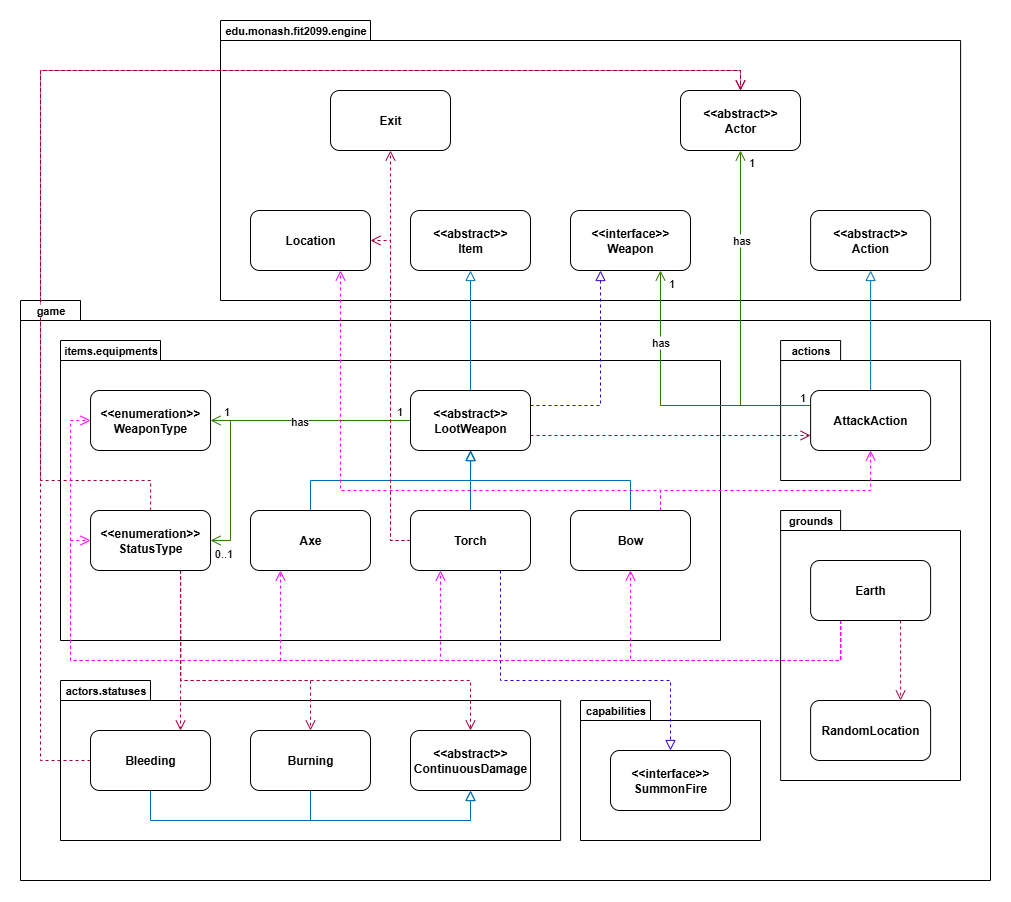
The draw.io diagram docs/UML/R3_UML.png in MinZY12138/finalA3, before a commit. Source tidied: cells renumbered, new cells last; positions are measured from the earlier drawing's top-left corner, leaving out a move shared by most shapes.
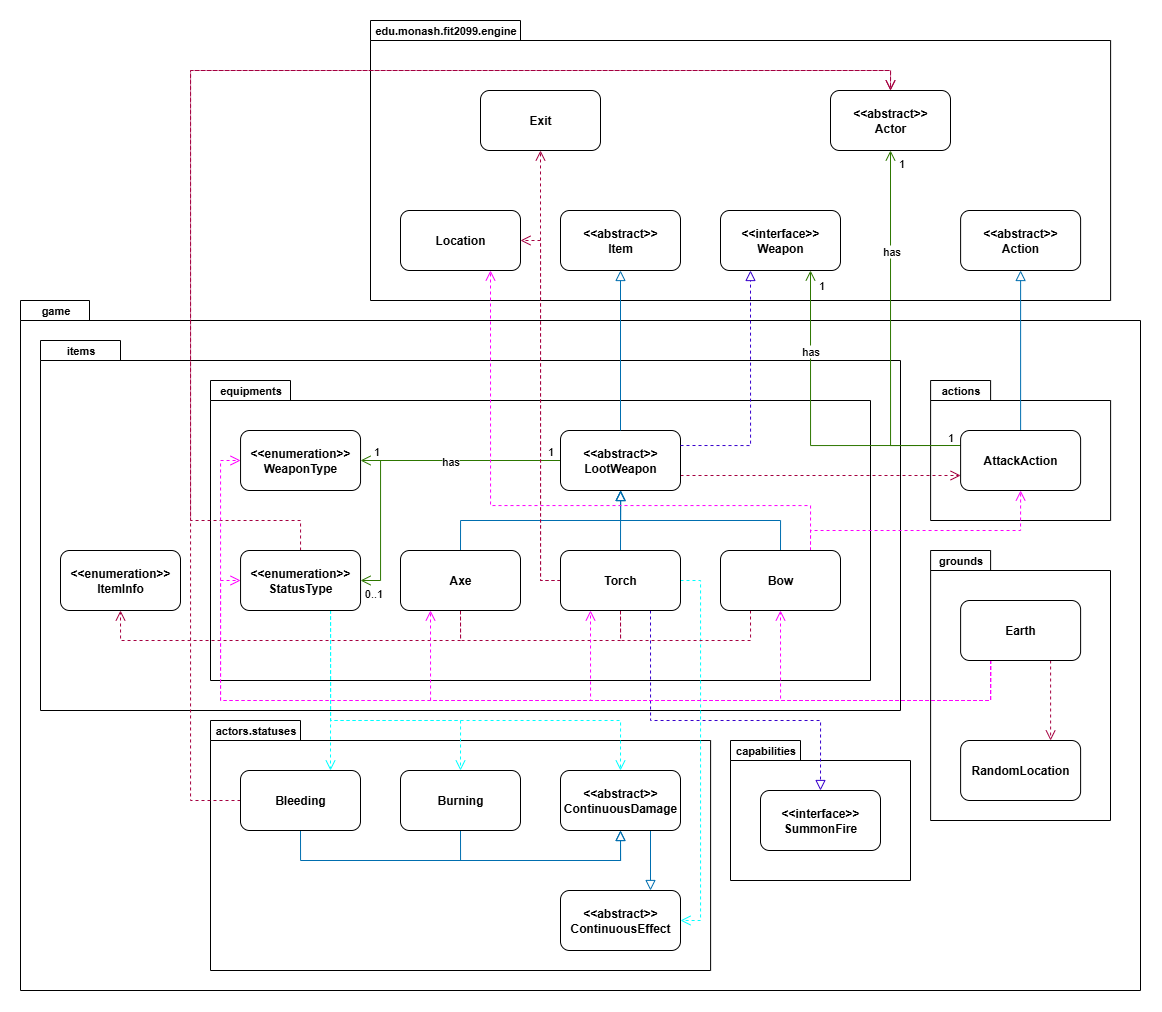
The same file after the commit.

Commit message:
Update the lastest UML diagram and design rationale - Re-update UML diagram and design rationale for requirement 3

What changed in the source:
```diff
@@ -3,8 +3,11 @@
     <mxCell id="0" />
     <mxCell id="1" parent="0" />
     <mxCell id="2" style="shape=folder;fontStyle=1;spacingTop=10;tabWidth=60;tabHeight=20;tabPosition=left;html=1;whiteSpace=wrap;fontFamily=Helvetica;fontSize=11;fontColor=default;labelBackgroundColor=default;" parent="1" vertex="1">
-      <mxGeometry y="280" width="970" height="580" as="geometry" />
+      <mxGeometry x="-150" y="240" width="1120" height="690" as="geometry" />
     </mxCell>
+    <mxCell id="73" style="shape=folder;fontStyle=1;spacingTop=10;tabWidth=80;tabHeight=20;tabPosition=left;html=1;whiteSpace=wrap;fontFamily=Helvetica;fontSize=11;fontColor=default;labelBackgroundColor=default;" parent="1" vertex="1">
+      <mxGeometry x="-130" y="280" width="860" height="370" as="geometry" />
+    </mxCell>
     <mxCell id="3" style="shape=folder;fontStyle=1;spacingTop=10;tabWidth=70;tabHeight=20;tabPosition=left;html=1;whiteSpace=wrap;fontFamily=Helvetica;fontSize=11;fontColor=default;labelBackgroundColor=default;" parent="1" vertex="1">
       <mxGeometry x="560" y="680" width="180" height="140" as="geometry" />
     </mxCell>
@@ -12,15 +15,15 @@
       <mxGeometry x="760.1" y="490" width="179.9" height="270" as="geometry" />
     </mxCell>
     <mxCell id="5" style="shape=folder;fontStyle=1;spacingTop=10;tabWidth=90;tabHeight=20;tabPosition=left;html=1;whiteSpace=wrap;fontFamily=Helvetica;fontSize=11;fontColor=default;labelBackgroundColor=default;" parent="1" vertex="1">
-      <mxGeometry x="40" y="660" width="500.1" height="160" as="geometry" />
+      <mxGeometry x="40" y="660" width="500.1" height="250" as="geometry" />
     </mxCell>
     <mxCell id="6" style="shape=folder;fontStyle=1;spacingTop=10;tabWidth=60;tabHeight=20;tabPosition=left;html=1;whiteSpace=wrap;fontFamily=Helvetica;fontSize=11;fontColor=default;labelBackgroundColor=default;" parent="1" vertex="1">
       <mxGeometry x="760.1" y="320" width="180" height="140" as="geometry" />
     </mxCell>
     <mxCell id="7" style="shape=folder;fontStyle=1;spacingTop=10;tabWidth=150;tabHeight=20;tabPosition=left;html=1;whiteSpace=wrap;fontFamily=Helvetica;fontSize=11;fontColor=default;labelBackgroundColor=default;" parent="1" vertex="1">
-      <mxGeometry x="200" width="740.1" height="280" as="geometry" />
+      <mxGeometry x="200" y="-40" width="740.1" height="280" as="geometry" />
     </mxCell>
-    <mxCell id="8" style="shape=folder;fontStyle=1;spacingTop=10;tabWidth=100;tabHeight=20;tabPosition=left;html=1;whiteSpace=wrap;fontFamily=Helvetica;fontSize=11;fontColor=default;labelBackgroundColor=default;" parent="1" vertex="1">
+    <mxCell id="8" style="shape=folder;fontStyle=1;spacingTop=10;tabWidth=80;tabHeight=20;tabPosition=left;html=1;whiteSpace=wrap;fontFamily=Helvetica;fontSize=11;fontColor=default;labelBackgroundColor=default;" parent="1" vertex="1">
       <mxGeometry x="40" y="320" width="660" height="300" as="geometry" />
     </mxCell>
     <mxCell id="9" style="edgeStyle=orthogonalEdgeStyle;shape=connector;rounded=0;jettySize=auto;html=1;exitX=1;exitY=0.75;exitDx=0;exitDy=0;entryX=0;entryY=0.75;entryDx=0;entryDy=0;dashed=1;strokeColor=#A50040;align=center;verticalAlign=middle;fontFamily=Helvetica;fontSize=11;fontColor=default;labelBackgroundColor=default;endArrow=open;endFill=0;endSize=8;fillColor=#d80073;" parent="1" edge="1" source="16" target="46">
@@ -66,6 +69,14 @@
     <mxCell id="17" style="edgeStyle=orthogonalEdgeStyle;rounded=0;jettySize=auto;html=1;exitX=0.5;exitY=0;exitDx=0;exitDy=0;entryX=0.5;entryY=1;entryDx=0;entryDy=0;fillColor=#1ba1e2;strokeColor=#006EAF;endArrow=block;endFill=0;endSize=8;" parent="1" edge="1" source="18" target="16">
       <mxGeometry relative="1" as="geometry" />
     </mxCell>
+    <mxCell id="74" style="edgeStyle=orthogonalEdgeStyle;shape=connector;rounded=0;jettySize=auto;html=1;exitX=0.5;exitY=1;exitDx=0;exitDy=0;entryX=0.5;entryY=1;entryDx=0;entryDy=0;dashed=1;strokeColor=#A50040;align=center;verticalAlign=middle;fontFamily=Helvetica;fontSize=11;fontColor=default;labelBackgroundColor=default;endArrow=open;endFill=0;endSize=8;fillColor=#d80073;" parent="1" edge="1" source="18" target="81">
+      <mxGeometry relative="1" as="geometry">
+        <Array as="points">
+          <mxPoint x="290" y="580" />
+          <mxPoint x="-50" y="580" />
+        </Array>
+      </mxGeometry>
+    </mxCell>
     <mxCell id="18" value="&lt;b&gt;Axe&lt;/b&gt;" style="rounded=1;whiteSpace=wrap;html=1;" parent="1" vertex="1">
       <mxGeometry x="230" y="490" width="120" height="60" as="geometry" />
     </mxCell>
@@ -88,6 +99,17 @@
         </Array>
       </mxGeometry>
     </mxCell>
+    <mxCell id="75" style="edgeStyle=orthogonalEdgeStyle;shape=connector;rounded=0;jettySize=auto;html=1;exitX=0.5;exitY=1;exitDx=0;exitDy=0;entryX=0.5;entryY=1;entryDx=0;entryDy=0;dashed=1;strokeColor=#A50040;align=center;verticalAlign=middle;fontFamily=Helvetica;fontSize=11;fontColor=default;labelBackgroundColor=default;endArrow=none;endFill=0;endSize=8;fillColor=#d80073;" parent="1" edge="1" source="23" target="18">
+      <mxGeometry relative="1" as="geometry">
+        <Array as="points">
+          <mxPoint x="450" y="580" />
+          <mxPoint x="290" y="580" />
+        </Array>
+      </mxGeometry>
+    </mxCell>
+    <mxCell id="76" style="edgeStyle=orthogonalEdgeStyle;shape=connector;rounded=0;jettySize=auto;html=1;exitX=1;exitY=0.5;exitDx=0;exitDy=0;entryX=1;entryY=0.5;entryDx=0;entryDy=0;dashed=1;strokeColor=#00FFFF;align=center;verticalAlign=middle;fontFamily=Helvetica;fontSize=11;fontColor=default;labelBackgroundColor=default;endArrow=open;endFill=0;endSize=8;fillColor=#d80073;" parent="1" edge="1" source="23" target="79">
+      <mxGeometry relative="1" as="geometry" />
+    </mxCell>
     <mxCell id="23" value="&lt;b&gt;Torch&lt;/b&gt;" style="rounded=1;whiteSpace=wrap;html=1;" parent="1" vertex="1">
       <mxGeometry x="390" y="490" width="120" height="60" as="geometry" />
     </mxCell>
@@ -105,37 +127,45 @@
     <mxCell id="26" style="edgeStyle=orthogonalEdgeStyle;shape=connector;rounded=0;jettySize=auto;html=1;exitX=0.75;exitY=0;exitDx=0;exitDy=0;entryX=0.75;entryY=1;entryDx=0;entryDy=0;dashed=1;strokeColor=#FF00FF;align=center;verticalAlign=middle;fontFamily=Helvetica;fontSize=11;fontColor=default;labelBackgroundColor=default;endArrow=open;endFill=0;endSize=8;fillColor=#d80073;" parent="1" edge="1" source="27" target="33">
       <mxGeometry relative="1" as="geometry">
         <Array as="points">
-          <mxPoint x="640" y="470" />
-          <mxPoint x="320" y="470" />
+          <mxPoint x="640" y="445" />
+          <mxPoint x="320" y="445" />
         </Array>
       </mxGeometry>
     </mxCell>
+    <mxCell id="77" style="edgeStyle=orthogonalEdgeStyle;shape=connector;rounded=0;jettySize=auto;html=1;exitX=0.25;exitY=1;exitDx=0;exitDy=0;entryX=0.5;entryY=1;entryDx=0;entryDy=0;dashed=1;strokeColor=#A50040;align=center;verticalAlign=middle;fontFamily=Helvetica;fontSize=11;fontColor=default;labelBackgroundColor=default;endArrow=none;endFill=0;endSize=8;fillColor=#d80073;" parent="1" edge="1" source="27" target="23">
+      <mxGeometry relative="1" as="geometry">
+        <Array as="points">
+          <mxPoint x="580" y="580" />
+          <mxPoint x="450" y="580" />
+        </Array>
+      </mxGeometry>
+    </mxCell>
     <mxCell id="27" value="&lt;b&gt;Bow&lt;/b&gt;" style="rounded=1;whiteSpace=wrap;html=1;" parent="1" vertex="1">
       <mxGeometry x="550" y="490" width="120" height="60" as="geometry" />
     </mxCell>
-    <mxCell id="28" value="items.equipments" style="text;align=center;fontStyle=1;verticalAlign=middle;spacingLeft=3;spacingRight=3;strokeColor=none;html=1;fontFamily=Helvetica;fontSize=11;fontColor=default;labelBackgroundColor=default;" parent="1" vertex="1">
-      <mxGeometry x="60" y="320" width="60.1" height="20" as="geometry" />
+    <mxCell id="28" value="equipments" style="text;align=center;fontStyle=1;verticalAlign=middle;spacingLeft=3;spacingRight=3;strokeColor=none;html=1;fontFamily=Helvetica;fontSize=11;fontColor=default;labelBackgroundColor=default;" parent="1" vertex="1">
+      <mxGeometry x="40" y="320" width="80.1" height="20" as="geometry" />
     </mxCell>
     <mxCell id="29" value="&lt;b&gt;&amp;lt;&amp;lt;abstract&amp;gt;&amp;gt;&lt;br&gt;Item&lt;/b&gt;" style="rounded=1;whiteSpace=wrap;html=1;" parent="1" vertex="1">
-      <mxGeometry x="390" y="190" width="120" height="60" as="geometry" />
+      <mxGeometry x="390" y="150" width="120" height="60" as="geometry" />
     </mxCell>
     <mxCell id="30" value="&lt;b&gt;&amp;lt;&amp;lt;interface&amp;gt;&amp;gt;&lt;br&gt;Weapon&lt;/b&gt;" style="rounded=1;whiteSpace=wrap;html=1;" parent="1" vertex="1">
-      <mxGeometry x="550" y="190" width="120" height="60" as="geometry" />
+      <mxGeometry x="550" y="150" width="120" height="60" as="geometry" />
     </mxCell>
     <mxCell id="31" value="&lt;b&gt;&amp;lt;&amp;lt;abstract&amp;gt;&amp;gt;&lt;br&gt;Action&lt;/b&gt;" style="rounded=1;whiteSpace=wrap;html=1;" parent="1" vertex="1">
-      <mxGeometry x="790.1" y="190" width="120" height="60" as="geometry" />
+      <mxGeometry x="790.1" y="150" width="120" height="60" as="geometry" />
     </mxCell>
     <mxCell id="32" value="&lt;b&gt;&amp;lt;&amp;lt;abstract&amp;gt;&amp;gt;&lt;br&gt;Actor&lt;/b&gt;" style="rounded=1;whiteSpace=wrap;html=1;" parent="1" vertex="1">
-      <mxGeometry x="660" y="70" width="120" height="60" as="geometry" />
+      <mxGeometry x="660" y="30" width="120" height="60" as="geometry" />
     </mxCell>
     <mxCell id="33" value="&lt;b&gt;Location&lt;/b&gt;" style="rounded=1;whiteSpace=wrap;html=1;" parent="1" vertex="1">
-      <mxGeometry x="230" y="190" width="120" height="60" as="geometry" />
+      <mxGeometry x="230" y="150" width="120" height="60" as="geometry" />
     </mxCell>
     <mxCell id="34" value="&lt;b&gt;Exit&lt;/b&gt;" style="rounded=1;whiteSpace=wrap;html=1;" parent="1" vertex="1">
-      <mxGeometry x="310" y="70" width="120" height="60" as="geometry" />
+      <mxGeometry x="310" y="30" width="120" height="60" as="geometry" />
     </mxCell>
     <mxCell id="35" value="edu.monash.fit2099.engine" style="text;align=center;fontStyle=1;verticalAlign=middle;spacingLeft=3;spacingRight=3;strokeColor=none;html=1;fontFamily=Helvetica;fontSize=11;fontColor=default;labelBackgroundColor=default;" parent="1" vertex="1">
-      <mxGeometry x="200" width="150" height="20" as="geometry" />
+      <mxGeometry x="200" y="-40" width="150" height="20" as="geometry" />
     </mxCell>
     <mxCell id="36" style="edgeStyle=orthogonalEdgeStyle;shape=connector;rounded=0;jettySize=auto;html=1;exitX=0.5;exitY=0;exitDx=0;exitDy=0;entryX=0.5;entryY=1;entryDx=0;entryDy=0;strokeColor=#006EAF;align=center;verticalAlign=middle;fontFamily=Helvetica;fontSize=11;fontColor=default;labelBackgroundColor=default;endArrow=block;endFill=0;endSize=8;fillColor=#1ba1e2;" parent="1" edge="1" source="16" target="29">
       <mxGeometry relative="1" as="geometry" />
@@ -179,6 +209,9 @@
     <mxCell id="47" value="actions" style="text;align=center;fontStyle=1;verticalAlign=middle;spacingLeft=3;spacingRight=3;strokeColor=none;html=1;fontFamily=Helvetica;fontSize=11;fontColor=default;labelBackgroundColor=default;" parent="1" vertex="1">
       <mxGeometry x="760.1" y="320" width="60.1" height="20" as="geometry" />
     </mxCell>
+    <mxCell id="78" style="edgeStyle=orthogonalEdgeStyle;shape=connector;rounded=0;jettySize=auto;html=1;exitX=0.75;exitY=1;exitDx=0;exitDy=0;entryX=0.75;entryY=0;entryDx=0;entryDy=0;strokeColor=#006EAF;align=center;verticalAlign=middle;fontFamily=Helvetica;fontSize=11;fontColor=default;labelBackgroundColor=default;endArrow=block;endFill=0;endSize=8;fillColor=#1ba1e2;" parent="1" edge="1" source="48" target="79">
+      <mxGeometry relative="1" as="geometry" />
+    </mxCell>
     <mxCell id="48" value="&lt;b&gt;&amp;lt;&amp;lt;abstract&amp;gt;&amp;gt;&lt;br&gt;ContinuousDamage&lt;/b&gt;" style="rounded=1;whiteSpace=wrap;html=1;" parent="1" vertex="1">
       <mxGeometry x="390" y="710" width="120" height="60" as="geometry" />
     </mxCell>
@@ -205,8 +238,8 @@
       <mxGeometry relative="1" as="geometry">
         <Array as="points">
           <mxPoint x="20" y="740" />
-          <mxPoint x="20" y="50" />
-          <mxPoint x="720" y="50" />
+          <mxPoint x="20" y="10" />
+          <mxPoint x="720" y="10" />
         </Array>
       </mxGeometry>
     </mxCell>
@@ -217,12 +250,12 @@
       <mxGeometry x="40.1" y="660" width="90.1" height="20" as="geometry" />
     </mxCell>
     <mxCell id="55" value="&lt;b&gt;&amp;lt;&amp;lt;enumeration&amp;gt;&amp;gt;&lt;/b&gt;&lt;div&gt;&lt;b&gt;WeaponType&lt;/b&gt;&lt;/div&gt;" style="rounded=1;whiteSpace=wrap;html=1;" parent="1" vertex="1">
-      <mxGeometry x="70.1" y="370" width="120" height="60" as="geometry" />
+      <mxGeometry x="70" y="370" width="120" height="60" as="geometry" />
     </mxCell>
-    <mxCell id="56" style="edgeStyle=orthogonalEdgeStyle;shape=connector;rounded=0;jettySize=auto;html=1;exitX=0.75;exitY=1;exitDx=0;exitDy=0;entryX=0.75;entryY=0;entryDx=0;entryDy=0;dashed=1;strokeColor=#A50040;align=center;verticalAlign=middle;fontFamily=Helvetica;fontSize=11;fontColor=default;labelBackgroundColor=default;endArrow=open;endFill=0;endSize=8;fillColor=#d80073;" parent="1" edge="1" source="60" target="53">
+    <mxCell id="56" style="edgeStyle=orthogonalEdgeStyle;shape=connector;rounded=0;jettySize=auto;html=1;exitX=0.75;exitY=1;exitDx=0;exitDy=0;entryX=0.75;entryY=0;entryDx=0;entryDy=0;dashed=1;strokeColor=#00FFFF;align=center;verticalAlign=middle;fontFamily=Helvetica;fontSize=11;fontColor=default;labelBackgroundColor=default;endArrow=open;endFill=0;endSize=8;fillColor=#d80073;" parent="1" edge="1" source="60" target="53">
       <mxGeometry relative="1" as="geometry" />
     </mxCell>
-    <mxCell id="57" style="edgeStyle=orthogonalEdgeStyle;shape=connector;rounded=0;jettySize=auto;html=1;exitX=0.75;exitY=1;exitDx=0;exitDy=0;entryX=0.5;entryY=0;entryDx=0;entryDy=0;dashed=1;strokeColor=#A50040;align=center;verticalAlign=middle;fontFamily=Helvetica;fontSize=11;fontColor=default;labelBackgroundColor=default;endArrow=open;endFill=0;endSize=8;fillColor=#d80073;" parent="1" edge="1" source="60" target="50">
+    <mxCell id="57" style="edgeStyle=orthogonalEdgeStyle;shape=connector;rounded=0;jettySize=auto;html=1;exitX=0.75;exitY=1;exitDx=0;exitDy=0;entryX=0.5;entryY=0;entryDx=0;entryDy=0;dashed=1;strokeColor=#00FFFF;align=center;verticalAlign=middle;fontFamily=Helvetica;fontSize=11;fontColor=default;labelBackgroundColor=default;endArrow=open;endFill=0;endSize=8;fillColor=#d80073;" parent="1" edge="1" source="60" target="50">
       <mxGeometry relative="1" as="geometry">
         <Array as="points">
           <mxPoint x="160" y="660" />
@@ -230,7 +263,7 @@
         </Array>
       </mxGeometry>
     </mxCell>
-    <mxCell id="58" style="edgeStyle=orthogonalEdgeStyle;shape=connector;rounded=0;jettySize=auto;html=1;exitX=0.75;exitY=1;exitDx=0;exitDy=0;dashed=1;strokeColor=#A50040;align=center;verticalAlign=middle;fontFamily=Helvetica;fontSize=11;fontColor=default;labelBackgroundColor=default;endArrow=open;endFill=0;endSize=8;fillColor=#d80073;entryX=0.5;entryY=0;entryDx=0;entryDy=0;" parent="1" edge="1" source="60" target="48">
+    <mxCell id="58" style="edgeStyle=orthogonalEdgeStyle;shape=connector;rounded=0;jettySize=auto;html=1;exitX=0.75;exitY=1;exitDx=0;exitDy=0;dashed=1;strokeColor=#00FFFF;align=center;verticalAlign=middle;fontFamily=Helvetica;fontSize=11;fontColor=default;labelBackgroundColor=default;endArrow=open;endFill=0;endSize=8;fillColor=#d80073;entryX=0.5;entryY=0;entryDx=0;entryDy=0;" parent="1" edge="1" source="60" target="48">
       <mxGeometry relative="1" as="geometry">
         <Array as="points">
           <mxPoint x="160" y="660" />
@@ -243,13 +276,13 @@
         <Array as="points">
           <mxPoint x="130" y="460" />
           <mxPoint x="20" y="460" />
-          <mxPoint x="20" y="50" />
-          <mxPoint x="720" y="50" />
+          <mxPoint x="20" y="10" />
+          <mxPoint x="720" y="10" />
         </Array>
       </mxGeometry>
     </mxCell>
     <mxCell id="60" value="&lt;b&gt;&amp;lt;&amp;lt;enumeration&amp;gt;&amp;gt;&lt;/b&gt;&lt;div&gt;&lt;b&gt;StatusType&lt;/b&gt;&lt;/div&gt;" style="rounded=1;whiteSpace=wrap;html=1;" parent="1" vertex="1">
-      <mxGeometry x="70.1" y="490" width="120" height="60" as="geometry" />
+      <mxGeometry x="70" y="490" width="120" height="60" as="geometry" />
     </mxCell>
     <mxCell id="61" style="edgeStyle=orthogonalEdgeStyle;shape=connector;rounded=0;jettySize=auto;html=1;exitX=0.25;exitY=1;exitDx=0;exitDy=0;entryX=0.5;entryY=1;entryDx=0;entryDy=0;dashed=1;strokeColor=#FF00FF;align=center;verticalAlign=middle;fontFamily=Helvetica;fontSize=11;fontColor=default;labelBackgroundColor=default;endArrow=open;endFill=0;endSize=8;fillColor=#d80073;" parent="1" edge="1" source="67" target="27">
       <mxGeometry relative="1" as="geometry">
@@ -306,7 +339,7 @@
       <mxGeometry x="760.1" y="490" width="60.1" height="20" as="geometry" />
     </mxCell>
     <mxCell id="70" value="game" style="text;align=center;fontStyle=1;verticalAlign=middle;spacingLeft=3;spacingRight=3;strokeColor=none;html=1;fontFamily=Helvetica;fontSize=11;fontColor=default;labelBackgroundColor=default;" parent="1" vertex="1">
-      <mxGeometry x="-0.1" y="280" width="60.1" height="20" as="geometry" />
+      <mxGeometry x="-150" y="240" width="70" height="20" as="geometry" />
     </mxCell>
     <mxCell id="71" value="&lt;b&gt;&amp;lt;&amp;lt;interface&amp;gt;&amp;gt;&lt;br&gt;SummonFire&lt;/b&gt;" style="rounded=1;whiteSpace=wrap;html=1;" parent="1" vertex="1">
       <mxGeometry x="590" y="730" width="120" height="60" as="geometry" />
@@ -314,5 +347,14 @@
     <mxCell id="72" value="capabilities" style="text;align=center;fontStyle=1;verticalAlign=middle;spacingLeft=3;spacingRight=3;strokeColor=none;html=1;fontFamily=Helvetica;fontSize=11;fontColor=default;labelBackgroundColor=default;" parent="1" vertex="1">
       <mxGeometry x="560" y="680" width="70" height="20" as="geometry" />
     </mxCell>
+    <mxCell id="79" value="&lt;b&gt;&amp;lt;&amp;lt;abstract&amp;gt;&amp;gt;&lt;br&gt;ContinuousEffect&lt;/b&gt;" style="rounded=1;whiteSpace=wrap;html=1;" parent="1" vertex="1">
+      <mxGeometry x="390" y="830" width="120" height="60" as="geometry" />
+    </mxCell>
+    <mxCell id="80" value="items" style="text;align=center;fontStyle=1;verticalAlign=middle;spacingLeft=3;spacingRight=3;strokeColor=none;html=1;fontFamily=Helvetica;fontSize=11;fontColor=default;labelBackgroundColor=default;" parent="1" vertex="1">
+      <mxGeometry x="-130" y="280" width="80.1" height="20" as="geometry" />
+    </mxCell>
+    <mxCell id="81" value="&lt;b&gt;&amp;lt;&amp;lt;enumeration&amp;gt;&amp;gt;&lt;/b&gt;&lt;div&gt;&lt;b&gt;ItemInfo&lt;/b&gt;&lt;/div&gt;" style="rounded=1;whiteSpace=wrap;html=1;" parent="1" vertex="1">
+      <mxGeometry x="-110" y="490" width="120" height="60" as="geometry" />
+    </mxCell>
   </root>
 </mxGraphModel>
```
